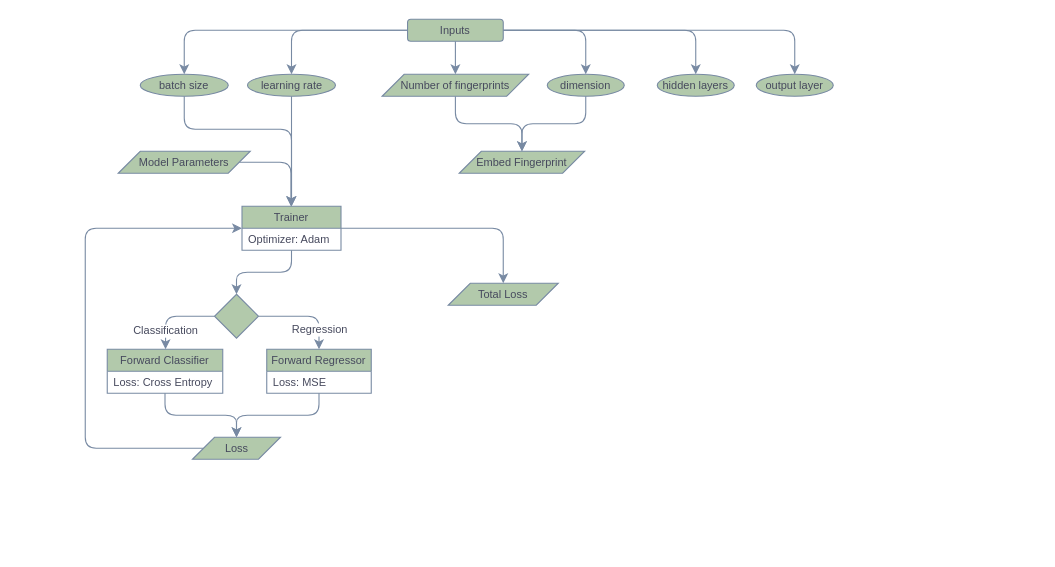
The draw.io diagram page "Molecular GNN" (2 of 2) of Preprocessing.drawio in olivierdeen/molecularGNN_smiles, before the edit. Source tidied: cells renumbered, new cells numbered last; positions are measured from the earlier drawing's top-left corner, leaving out a move shared by most shapes. Both pictures are drawn from the tidied source at 110%, with x=0, y=0 at pixel (85, 19).
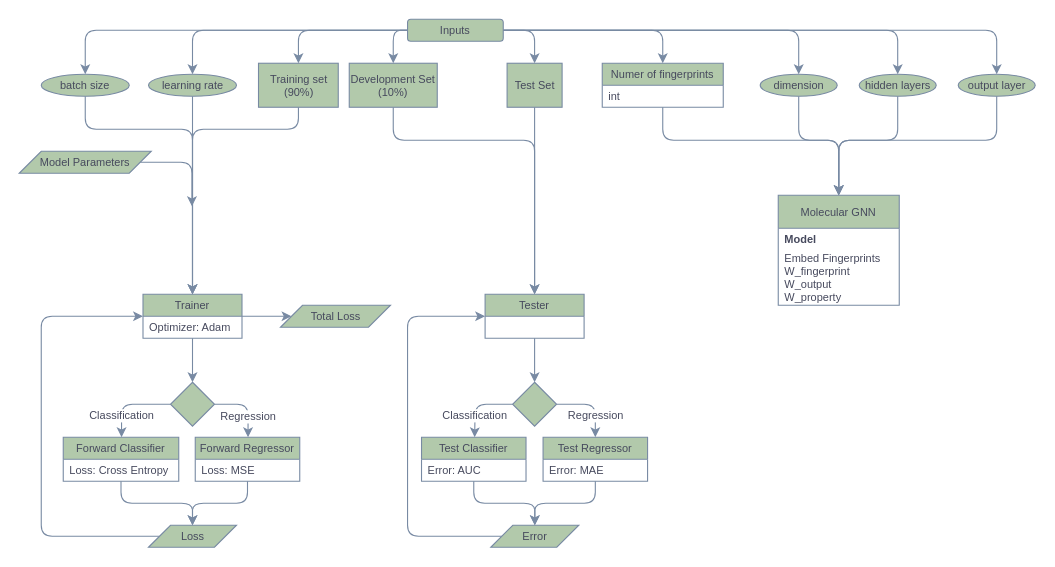
The same diagram, later.

The change refers to these unchanged cells:
```xml
<mxCell id="8" value="Inputs" style="rounded=1;whiteSpace=wrap;html=1;sketch=0;fontColor=#46495D;strokeColor=#788AA3;fillColor=#B2C9AB;fontSize=10;" parent="1" vertex="1">
  <mxGeometry x="293" width="87" height="20" as="geometry" />
</mxCell>
```

Change to the diagram source:
```diff
@@
-    <mxCell id="2" style="edgeStyle=orthogonalEdgeStyle;curved=0;rounded=1;sketch=0;jettySize=auto;html=1;fontSize=10;fontColor=#46495D;strokeColor=#788AA3;fillColor=#B2C9AB;" parent="1" edge="1" source="8" target="11">
+    <mxCell id="2" style="edgeStyle=orthogonalEdgeStyle;curved=0;rounded=1;sketch=0;jettySize=auto;html=1;fontSize=10;fontColor=#46495D;strokeColor=#788AA3;fillColor=#B2C9AB;entryX=0.5;entryY=0;entryDx=0;entryDy=0;" parent="1" edge="1" source="8" target="48">
       <mxGeometry relative="1" as="geometry" />
     </mxCell>
@@
+    <mxCell id="38" style="edgeStyle=orthogonalEdgeStyle;curved=0;rounded=1;sketch=0;jettySize=auto;html=1;entryX=0.5;entryY=0;entryDx=0;entryDy=0;fontSize=10;fontColor=#46495D;strokeColor=#788AA3;fillColor=#B2C9AB;" parent="1" edge="1" source="8" target="55">
+      <mxGeometry relative="1" as="geometry">
+        <Array as="points">
+          <mxPoint x="409" y="10" />
+        </Array>
+      </mxGeometry>
+    </mxCell>
+    <mxCell id="39" style="edgeStyle=orthogonalEdgeStyle;curved=0;rounded=1;sketch=0;jettySize=auto;html=1;entryX=0.5;entryY=0;entryDx=0;entryDy=0;fontSize=10;fontColor=#46495D;strokeColor=#788AA3;fillColor=#B2C9AB;" parent="1" edge="1" source="8" target="53">
+      <mxGeometry relative="1" as="geometry">
+        <Array as="points">
+          <mxPoint x="280" y="10" />
+        </Array>
+      </mxGeometry>
+    </mxCell>
+    <mxCell id="40" style="edgeStyle=orthogonalEdgeStyle;curved=0;rounded=1;sketch=0;jettySize=auto;html=1;fontSize=10;fontColor=#46495D;strokeColor=#788AA3;fillColor=#B2C9AB;" parent="1" edge="1" source="8" target="51">
+      <mxGeometry relative="1" as="geometry" />
+    </mxCell>
@@
-    <mxCell id="9" value="Embed Fingerprint" style="shape=parallelogram;perimeter=parallelogramPerimeter;whiteSpace=wrap;html=1;fixedSize=1;rounded=0;sketch=0;fontSize=10;fontColor=#46495D;strokeColor=#788AA3;fillColor=#B2C9AB;" parent="1" vertex="1">
-      <mxGeometry x="340" y="120" width="114" height="20" as="geometry" />
-    </mxCell>
-    <mxCell id="10" style="edgeStyle=orthogonalEdgeStyle;curved=0;rounded=1;sketch=0;jettySize=auto;html=1;fontSize=10;fontColor=#46495D;strokeColor=#788AA3;fillColor=#B2C9AB;" parent="1" edge="1" source="11" target="9">
-      <mxGeometry relative="1" as="geometry" />
-    </mxCell>
-    <mxCell id="11" value="Number of fingerprints" style="shape=parallelogram;perimeter=parallelogramPerimeter;whiteSpace=wrap;html=1;fixedSize=1;rounded=0;sketch=0;fontSize=10;fontColor=#46495D;strokeColor=#788AA3;fillColor=#B2C9AB;" parent="1" vertex="1">
-      <mxGeometry x="269.9" y="50" width="133.2" height="20" as="geometry" />
-    </mxCell>
-    <mxCell id="12" style="edgeStyle=orthogonalEdgeStyle;curved=0;rounded=1;sketch=0;jettySize=auto;html=1;entryX=0.5;entryY=0;entryDx=0;entryDy=0;fontSize=10;fontColor=#46495D;strokeColor=#788AA3;fillColor=#B2C9AB;" parent="1" edge="1" source="13" target="9">
-      <mxGeometry relative="1" as="geometry" />
-    </mxCell>
+    <mxCell id="41" style="edgeStyle=orthogonalEdgeStyle;curved=0;rounded=1;sketch=0;jettySize=auto;html=1;entryX=0.5;entryY=0;entryDx=0;entryDy=0;fontSize=10;fontColor=#46495D;strokeColor=#788AA3;fillColor=#B2C9AB;" parent="1" edge="1" source="13" target="66">
+      <mxGeometry relative="1" as="geometry">
+        <Array as="points">
+          <mxPoint x="649" y="110" />
+          <mxPoint x="685" y="110" />
+        </Array>
+      </mxGeometry>
+    </mxCell>
     <mxCell id="13" value="dimension" style="ellipse;whiteSpace=wrap;html=1;rounded=1;fontSize=10;fontColor=#46495D;strokeColor=#788AA3;fillColor=#B2C9AB;sketch=0;" parent="1" vertex="1">
-      <mxGeometry x="420" y="50" width="70" height="20" as="geometry" />
+      <mxGeometry x="613.6" y="50" width="70" height="20" as="geometry" />
     </mxCell>
+    <mxCell id="42" style="edgeStyle=orthogonalEdgeStyle;curved=0;rounded=1;sketch=0;jettySize=auto;html=1;entryX=0.5;entryY=0;entryDx=0;entryDy=0;fontSize=10;fontColor=#46495D;strokeColor=#788AA3;fillColor=#B2C9AB;" parent="1" edge="1" source="14" target="66">
+      <mxGeometry relative="1" as="geometry">
+        <Array as="points">
+          <mxPoint x="739" y="110" />
+          <mxPoint x="685" y="110" />
+        </Array>
+      </mxGeometry>
+    </mxCell>
     <mxCell id="14" value="hidden layers" style="ellipse;whiteSpace=wrap;html=1;rounded=1;fontSize=10;fontColor=#46495D;strokeColor=#788AA3;fillColor=#B2C9AB;sketch=0;" parent="1" vertex="1">
-      <mxGeometry x="520" y="50" width="70" height="20" as="geometry" />
+      <mxGeometry x="703.6" y="50" width="70" height="20" as="geometry" />
     </mxCell>
+    <mxCell id="43" style="edgeStyle=orthogonalEdgeStyle;curved=0;rounded=1;sketch=0;jettySize=auto;html=1;entryX=0.5;entryY=0;entryDx=0;entryDy=0;fontSize=10;fontColor=#46495D;strokeColor=#788AA3;fillColor=#B2C9AB;" parent="1" edge="1" source="15" target="66">
+      <mxGeometry relative="1" as="geometry">
+        <Array as="points">
+          <mxPoint x="829" y="110" />
+          <mxPoint x="685" y="110" />
+        </Array>
+      </mxGeometry>
+    </mxCell>
     <mxCell id="15" value="output layer" style="ellipse;whiteSpace=wrap;html=1;rounded=1;fontSize=10;fontColor=#46495D;strokeColor=#788AA3;fillColor=#B2C9AB;sketch=0;" parent="1" vertex="1">
-      <mxGeometry x="610" y="50" width="70" height="20" as="geometry" />
+      <mxGeometry x="793.6" y="50" width="70" height="20" as="geometry" />
     </mxCell>
     <mxCell id="16" value="Classification" style="edgeStyle=orthogonalEdgeStyle;curved=0;rounded=1;sketch=0;jettySize=auto;html=1;fontSize=10;fontColor=#46495D;strokeColor=#788AA3;fillColor=#B2C9AB;startArrow=none;" parent="1" edge="1" source="32" target="23">
-      <mxGeometry x="0.53" relative="1" as="geometry">
+      <mxGeometry x="0.46" relative="1" as="geometry">
         <Array as="points">
-          <mxPoint x="73" y="270" />
+          <mxPoint x="33" y="350" />
         </Array>
       </mxGeometry>
     </mxCell>
     <mxCell id="17" value="Regression" style="edgeStyle=orthogonalEdgeStyle;curved=0;rounded=1;sketch=0;jettySize=auto;html=1;fontSize=10;fontColor=#46495D;strokeColor=#788AA3;fillColor=#B2C9AB;startArrow=none;" parent="1" edge="1" source="32" target="26">
-      <mxGeometry x="0.58" relative="1" as="geometry" />
+      <mxGeometry x="0.34" relative="1" as="geometry">
+        <Array as="points">
+          <mxPoint x="148" y="350" />
+        </Array>
+      </mxGeometry>
     </mxCell>
@@
     <mxCell id="20" value="Trainer" style="swimlane;fontStyle=0;horizontal=1;startSize=20;rounded=0;sketch=0;fontSize=10;fontColor=#46495D;strokeColor=#788AA3;fillColor=#B2C9AB;" parent="1" vertex="1">
-      <mxGeometry x="142.5" y="170" width="90" height="40" as="geometry" />
+      <mxGeometry x="52.5" y="250" width="90" height="40" as="geometry" />
     </mxCell>
@@
     <mxCell id="23" value="Forward Classifier" style="swimlane;fontStyle=0;horizontal=1;startSize=20;rounded=0;sketch=0;fontSize=10;fontColor=#46495D;strokeColor=#788AA3;fillColor=#B2C9AB;" parent="1" vertex="1">
-      <mxGeometry x="20" y="300" width="105" height="40" as="geometry" />
+      <mxGeometry x="-20" y="380" width="105" height="40" as="geometry" />
     </mxCell>
@@
     <mxCell id="26" value="Forward Regressor" style="swimlane;fontStyle=0;horizontal=1;startSize=20;rounded=0;sketch=0;fontSize=10;fontColor=#46495D;strokeColor=#788AA3;fillColor=#B2C9AB;" parent="1" vertex="1">
-      <mxGeometry x="165" y="300" width="95" height="40" as="geometry" />
+      <mxGeometry x="100" y="380" width="95" height="40" as="geometry" />
     </mxCell>
@@
     <mxCell id="28" style="edgeStyle=orthogonalEdgeStyle;curved=0;rounded=1;sketch=0;jettySize=auto;html=1;fontSize=10;fontColor=#46495D;strokeColor=#788AA3;fillColor=#B2C9AB;" parent="1" edge="1" source="29">
       <mxGeometry relative="1" as="geometry">
-        <mxPoint x="187" y="170" as="targetPoint" />
+        <mxPoint x="97" y="170" as="targetPoint" />
         <Array as="points">
-          <mxPoint x="187" y="130" />
+          <mxPoint x="97" y="130" />
         </Array>
       </mxGeometry>
     </mxCell>
     <mxCell id="29" value="Model Parameters" style="shape=parallelogram;perimeter=parallelogramPerimeter;whiteSpace=wrap;html=1;fixedSize=1;rounded=0;sketch=0;fontSize=10;fontColor=#46495D;strokeColor=#788AA3;fillColor=#B2C9AB;" parent="1" vertex="1">
-      <mxGeometry x="30" y="120" width="120" height="20" as="geometry" />
+      <mxGeometry x="-60" y="120" width="120" height="20" as="geometry" />
     </mxCell>
@@
     <mxCell id="31" value="learning rate" style="ellipse;whiteSpace=wrap;html=1;rounded=1;fontSize=10;fontColor=#46495D;strokeColor=#788AA3;fillColor=#B2C9AB;sketch=0;" parent="1" vertex="1">
-      <mxGeometry x="147.5" y="50" width="80" height="20" as="geometry" />
+      <mxGeometry x="57.5" y="50" width="80" height="20" as="geometry" />
     </mxCell>
     <mxCell id="32" style="rhombus;whiteSpace=wrap;html=1;rounded=0;fontSize=10;fontColor=#46495D;fontStyle=0;strokeColor=#788AA3;fillColor=#B2C9AB;startSize=30;sketch=0;" parent="1" vertex="1">
-      <mxGeometry x="117.5" y="250" width="40" height="40" as="geometry" />
+      <mxGeometry x="77.5" y="330" width="40" height="40" as="geometry" />
     </mxCell>
     <mxCell id="33" value="Total Loss" style="shape=parallelogram;perimeter=parallelogramPerimeter;whiteSpace=wrap;html=1;fixedSize=1;rounded=0;sketch=0;fontSize=10;fontColor=#46495D;strokeColor=#788AA3;fillColor=#B2C9AB;" parent="1" vertex="1">
-      <mxGeometry x="330" y="240" width="100" height="20" as="geometry" />
+      <mxGeometry x="177.5" y="260" width="100" height="20" as="geometry" />
     </mxCell>
     <mxCell id="34" style="edgeStyle=orthogonalEdgeStyle;curved=0;rounded=1;sketch=0;jettySize=auto;html=1;entryX=0;entryY=0.5;entryDx=0;entryDy=0;fontSize=10;fontColor=#46495D;strokeColor=#788AA3;fillColor=#B2C9AB;" parent="1" edge="1" source="35" target="20">
       <mxGeometry relative="1" as="geometry">
         <Array as="points">
-          <mxPoint y="390" />
-          <mxPoint y="190" />
+          <mxPoint x="-40" y="470" />
+          <mxPoint x="-40" y="270" />
         </Array>
       </mxGeometry>
     </mxCell>
     <mxCell id="35" value="Loss" style="shape=parallelogram;perimeter=parallelogramPerimeter;whiteSpace=wrap;html=1;fixedSize=1;rounded=0;sketch=0;fontSize=10;fontColor=#46495D;strokeColor=#788AA3;fillColor=#B2C9AB;" parent="1" vertex="1">
-      <mxGeometry x="97.5" y="380" width="80" height="20" as="geometry" />
+      <mxGeometry x="57.5" y="460" width="80" height="20" as="geometry" />
     </mxCell>
     <mxCell id="36" style="edgeStyle=orthogonalEdgeStyle;curved=0;rounded=1;sketch=0;jettySize=auto;html=1;entryX=0.5;entryY=0;entryDx=0;entryDy=0;fontSize=10;fontColor=#46495D;strokeColor=#788AA3;fillColor=#B2C9AB;" parent="1" edge="1" source="37" target="20">
       <mxGeometry relative="1" as="geometry">
         <Array as="points">
-          <mxPoint x="90" y="100" />
-          <mxPoint x="188" y="100" />
+          <mxPoint y="100" />
+          <mxPoint x="98" y="100" />
         </Array>
       </mxGeometry>
     </mxCell>
     <mxCell id="37" value="batch size" style="ellipse;whiteSpace=wrap;html=1;rounded=1;fontSize=10;fontColor=#46495D;strokeColor=#788AA3;fillColor=#B2C9AB;sketch=0;" parent="1" vertex="1">
-      <mxGeometry x="50" y="50" width="80" height="20" as="geometry" />
+      <mxGeometry x="-40" y="50" width="80" height="20" as="geometry" />
     </mxCell>
+    <mxCell id="44" value="Classification" style="edgeStyle=orthogonalEdgeStyle;curved=0;rounded=1;sketch=0;jettySize=auto;html=1;fontSize=10;fontColor=#46495D;strokeColor=#788AA3;fillColor=#B2C9AB;" parent="1" edge="1" source="46">
+      <mxGeometry x="0.38" relative="1" as="geometry">
+        <mxPoint x="354" y="380" as="targetPoint" />
+      </mxGeometry>
+    </mxCell>
+    <mxCell id="45" value="Regression" style="edgeStyle=orthogonalEdgeStyle;curved=0;rounded=1;sketch=0;jettySize=auto;html=1;fontSize=10;fontColor=#46495D;strokeColor=#788AA3;fillColor=#B2C9AB;entryX=0.5;entryY=0;entryDx=0;entryDy=0;" parent="1" edge="1" source="46" target="60">
+      <mxGeometry x="0.39" relative="1" as="geometry">
+        <Array as="points">
+          <mxPoint x="464" y="350" />
+        </Array>
+      </mxGeometry>
+    </mxCell>
+    <mxCell id="46" style="rhombus;whiteSpace=wrap;html=1;rounded=0;fontSize=10;fontColor=#46495D;strokeColor=#788AA3;fillColor=#B2C9AB;sketch=0;" parent="1" vertex="1">
+      <mxGeometry x="388.5" y="330" width="40" height="40" as="geometry" />
+    </mxCell>
+    <mxCell id="47" style="edgeStyle=orthogonalEdgeStyle;curved=0;rounded=1;sketch=0;jettySize=auto;html=1;entryX=0.5;entryY=0;entryDx=0;entryDy=0;fontSize=10;fontColor=#46495D;strokeColor=#788AA3;fillColor=#B2C9AB;" parent="1" edge="1" source="48" target="66">
+      <mxGeometry relative="1" as="geometry">
+        <Array as="points">
+          <mxPoint x="525" y="110" />
+          <mxPoint x="685" y="110" />
+        </Array>
+      </mxGeometry>
+    </mxCell>
+    <mxCell id="48" value="Numer of fingerprints" style="swimlane;fontStyle=0;horizontal=1;startSize=20;rounded=0;sketch=0;fontSize=10;fontColor=#46495D;strokeColor=#788AA3;fillColor=#B2C9AB;" parent="1" vertex="1">
+      <mxGeometry x="470" y="40" width="110" height="40" as="geometry" />
+    </mxCell>
+    <mxCell id="49" value="int" style="text;strokeColor=none;fillColor=none;align=left;verticalAlign=middle;spacingLeft=4;spacingRight=4;overflow=hidden;rounded=0;sketch=0;fontSize=10;fontColor=#46495D;" parent="48" vertex="1">
+      <mxGeometry y="20" width="110" height="20" as="geometry" />
+    </mxCell>
+    <mxCell id="50" style="edgeStyle=orthogonalEdgeStyle;curved=0;rounded=1;sketch=0;jettySize=auto;html=1;entryX=0.5;entryY=0;entryDx=0;entryDy=0;fontSize=10;fontColor=#46495D;strokeColor=#788AA3;fillColor=#B2C9AB;" parent="1" edge="1" source="51" target="20">
+      <mxGeometry relative="1" as="geometry">
+        <Array as="points">
+          <mxPoint x="194" y="100" />
+          <mxPoint x="98" y="100" />
+        </Array>
+      </mxGeometry>
+    </mxCell>
+    <mxCell id="51" value="Training set (90%)" style="whiteSpace=wrap;html=1;align=center;verticalAlign=middle;rounded=0;sketch=0;fontSize=10;fontColor=#46495D;strokeColor=#788AA3;fillColor=#B2C9AB;" parent="1" vertex="1">
+      <mxGeometry x="157.5" y="40" width="72.5" height="40" as="geometry" />
+    </mxCell>
+    <mxCell id="52" style="edgeStyle=orthogonalEdgeStyle;curved=0;rounded=1;sketch=0;jettySize=auto;html=1;entryX=0.5;entryY=0;entryDx=0;entryDy=0;fontSize=10;fontColor=#46495D;strokeColor=#788AA3;fillColor=#B2C9AB;" parent="1" edge="1" source="53" target="63">
+      <mxGeometry relative="1" as="geometry">
+        <Array as="points">
+          <mxPoint x="280" y="110" />
+          <mxPoint x="408" y="110" />
+        </Array>
+      </mxGeometry>
+    </mxCell>
+    <mxCell id="53" value="Development Set (10%)" style="whiteSpace=wrap;html=1;align=center;verticalAlign=middle;rounded=0;sketch=0;fontSize=10;fontColor=#46495D;strokeColor=#788AA3;fillColor=#B2C9AB;" parent="1" vertex="1">
+      <mxGeometry x="240" y="40" width="80" height="40" as="geometry" />
+    </mxCell>
+    <mxCell id="54" style="edgeStyle=orthogonalEdgeStyle;curved=0;rounded=1;sketch=0;jettySize=auto;html=1;entryX=0.5;entryY=0;entryDx=0;entryDy=0;fontSize=10;fontColor=#46495D;strokeColor=#788AA3;fillColor=#B2C9AB;" parent="1" edge="1" source="55" target="63">
+      <mxGeometry relative="1" as="geometry" />
+    </mxCell>
+    <mxCell id="55" value="Test Set" style="whiteSpace=wrap;html=1;align=center;verticalAlign=middle;newEdgeStyle={&quot;edgeStyle&quot;:&quot;elbowEdgeStyle&quot;,&quot;startArrow&quot;:&quot;none&quot;,&quot;endArrow&quot;:&quot;none&quot;};rounded=0;sketch=0;fontSize=10;fontColor=#46495D;strokeColor=#788AA3;fillColor=#B2C9AB;" parent="1" vertex="1">
+      <mxGeometry x="383.5" y="40" width="50" height="40" as="geometry" />
+    </mxCell>
+    <mxCell id="56" style="edgeStyle=orthogonalEdgeStyle;curved=0;rounded=1;sketch=0;jettySize=auto;html=1;fontSize=10;fontColor=#46495D;strokeColor=#788AA3;fillColor=#B2C9AB;" parent="1" edge="1" source="57" target="65">
+      <mxGeometry relative="1" as="geometry" />
+    </mxCell>
+    <mxCell id="57" value="Test Classifier" style="swimlane;fontStyle=0;horizontal=1;startSize=20;rounded=0;sketch=0;fontSize=10;fontColor=#46495D;strokeColor=#788AA3;fillColor=#B2C9AB;" parent="1" vertex="1">
+      <mxGeometry x="305.7" y="380" width="95" height="40" as="geometry" />
+    </mxCell>
+    <mxCell id="58" value="Error: AUC" style="text;strokeColor=none;fillColor=none;align=left;verticalAlign=middle;spacingLeft=4;spacingRight=4;overflow=hidden;rounded=0;sketch=0;fontSize=10;fontColor=#46495D;" parent="57" vertex="1">
+      <mxGeometry y="20" width="95" height="20" as="geometry" />
+    </mxCell>
+    <mxCell id="59" style="edgeStyle=orthogonalEdgeStyle;curved=0;rounded=1;sketch=0;jettySize=auto;html=1;entryX=0.5;entryY=0;entryDx=0;entryDy=0;fontSize=10;fontColor=#46495D;strokeColor=#788AA3;fillColor=#B2C9AB;" parent="1" edge="1" source="60" target="65">
+      <mxGeometry relative="1" as="geometry" />
+    </mxCell>
+    <mxCell id="60" value="Test Regressor" style="swimlane;fontStyle=0;horizontal=1;startSize=20;rounded=0;sketch=0;fontSize=10;fontColor=#46495D;strokeColor=#788AA3;fillColor=#B2C9AB;" parent="1" vertex="1">
+      <mxGeometry x="416.2" y="380" width="95" height="40" as="geometry" />
+    </mxCell>
+    <mxCell id="61" value="Error: MAE" style="text;strokeColor=none;fillColor=none;align=left;verticalAlign=middle;spacingLeft=4;spacingRight=4;overflow=hidden;rounded=0;sketch=0;fontSize=10;fontColor=#46495D;" parent="60" vertex="1">
+      <mxGeometry y="20" width="95" height="20" as="geometry" />
+    </mxCell>
+    <mxCell id="62" style="edgeStyle=orthogonalEdgeStyle;curved=0;rounded=1;sketch=0;jettySize=auto;html=1;entryX=0.5;entryY=0;entryDx=0;entryDy=0;fontSize=10;fontColor=#46495D;strokeColor=#788AA3;fillColor=#B2C9AB;" parent="1" edge="1" source="63" target="46">
+      <mxGeometry relative="1" as="geometry" />
+    </mxCell>
+    <mxCell id="63" value="Tester" style="swimlane;fontStyle=0;horizontal=1;startSize=20;rounded=0;sketch=0;fontSize=10;fontColor=#46495D;strokeColor=#788AA3;fillColor=#B2C9AB;" parent="1" vertex="1">
+      <mxGeometry x="363.5" y="250" width="90" height="40" as="geometry" />
+    </mxCell>
+    <mxCell id="64" style="edgeStyle=orthogonalEdgeStyle;curved=0;rounded=1;sketch=0;jettySize=auto;html=1;fontSize=10;fontColor=#46495D;strokeColor=#788AA3;fillColor=#B2C9AB;entryX=0;entryY=0.5;entryDx=0;entryDy=0;exitX=0;exitY=0.5;exitDx=0;exitDy=0;" parent="1" edge="1" source="65" target="63">
+      <mxGeometry relative="1" as="geometry">
+        <Array as="points">
+          <mxPoint x="293" y="470" />
+          <mxPoint x="293" y="270" />
+        </Array>
+      </mxGeometry>
+    </mxCell>
+    <mxCell id="65" value="Error" style="shape=parallelogram;perimeter=parallelogramPerimeter;whiteSpace=wrap;html=1;fixedSize=1;rounded=0;sketch=0;fontSize=10;fontColor=#46495D;strokeColor=#788AA3;fillColor=#B2C9AB;" parent="1" vertex="1">
+      <mxGeometry x="368.7" y="460" width="80" height="20" as="geometry" />
+    </mxCell>
+    <mxCell id="66" value="Molecular GNN" style="swimlane;fontStyle=0;horizontal=1;startSize=30;rounded=0;sketch=0;fontSize=10;fontColor=#46495D;strokeColor=#788AA3;fillColor=#B2C9AB;" parent="1" vertex="1">
+      <mxGeometry x="630" y="160" width="110" height="100" as="geometry" />
+    </mxCell>
+    <mxCell id="67" value="Model" style="text;strokeColor=none;fillColor=none;align=left;verticalAlign=middle;spacingLeft=4;spacingRight=4;overflow=hidden;rounded=0;sketch=0;fontSize=10;fontColor=#46495D;fontStyle=1;" parent="66" vertex="1">
+      <mxGeometry y="30" width="110" height="20" as="geometry" />
+    </mxCell>
+    <mxCell id="68" value="Embed Fingerprints&#10;W_fingerprint&#10;W_output&#10;W_property" style="text;strokeColor=none;fillColor=none;align=left;verticalAlign=middle;spacingLeft=4;spacingRight=4;overflow=hidden;rounded=0;sketch=0;fontSize=10;fontColor=#46495D;" parent="66" vertex="1">
+      <mxGeometry y="50" width="110" height="50" as="geometry" />
+    </mxCell>
```
